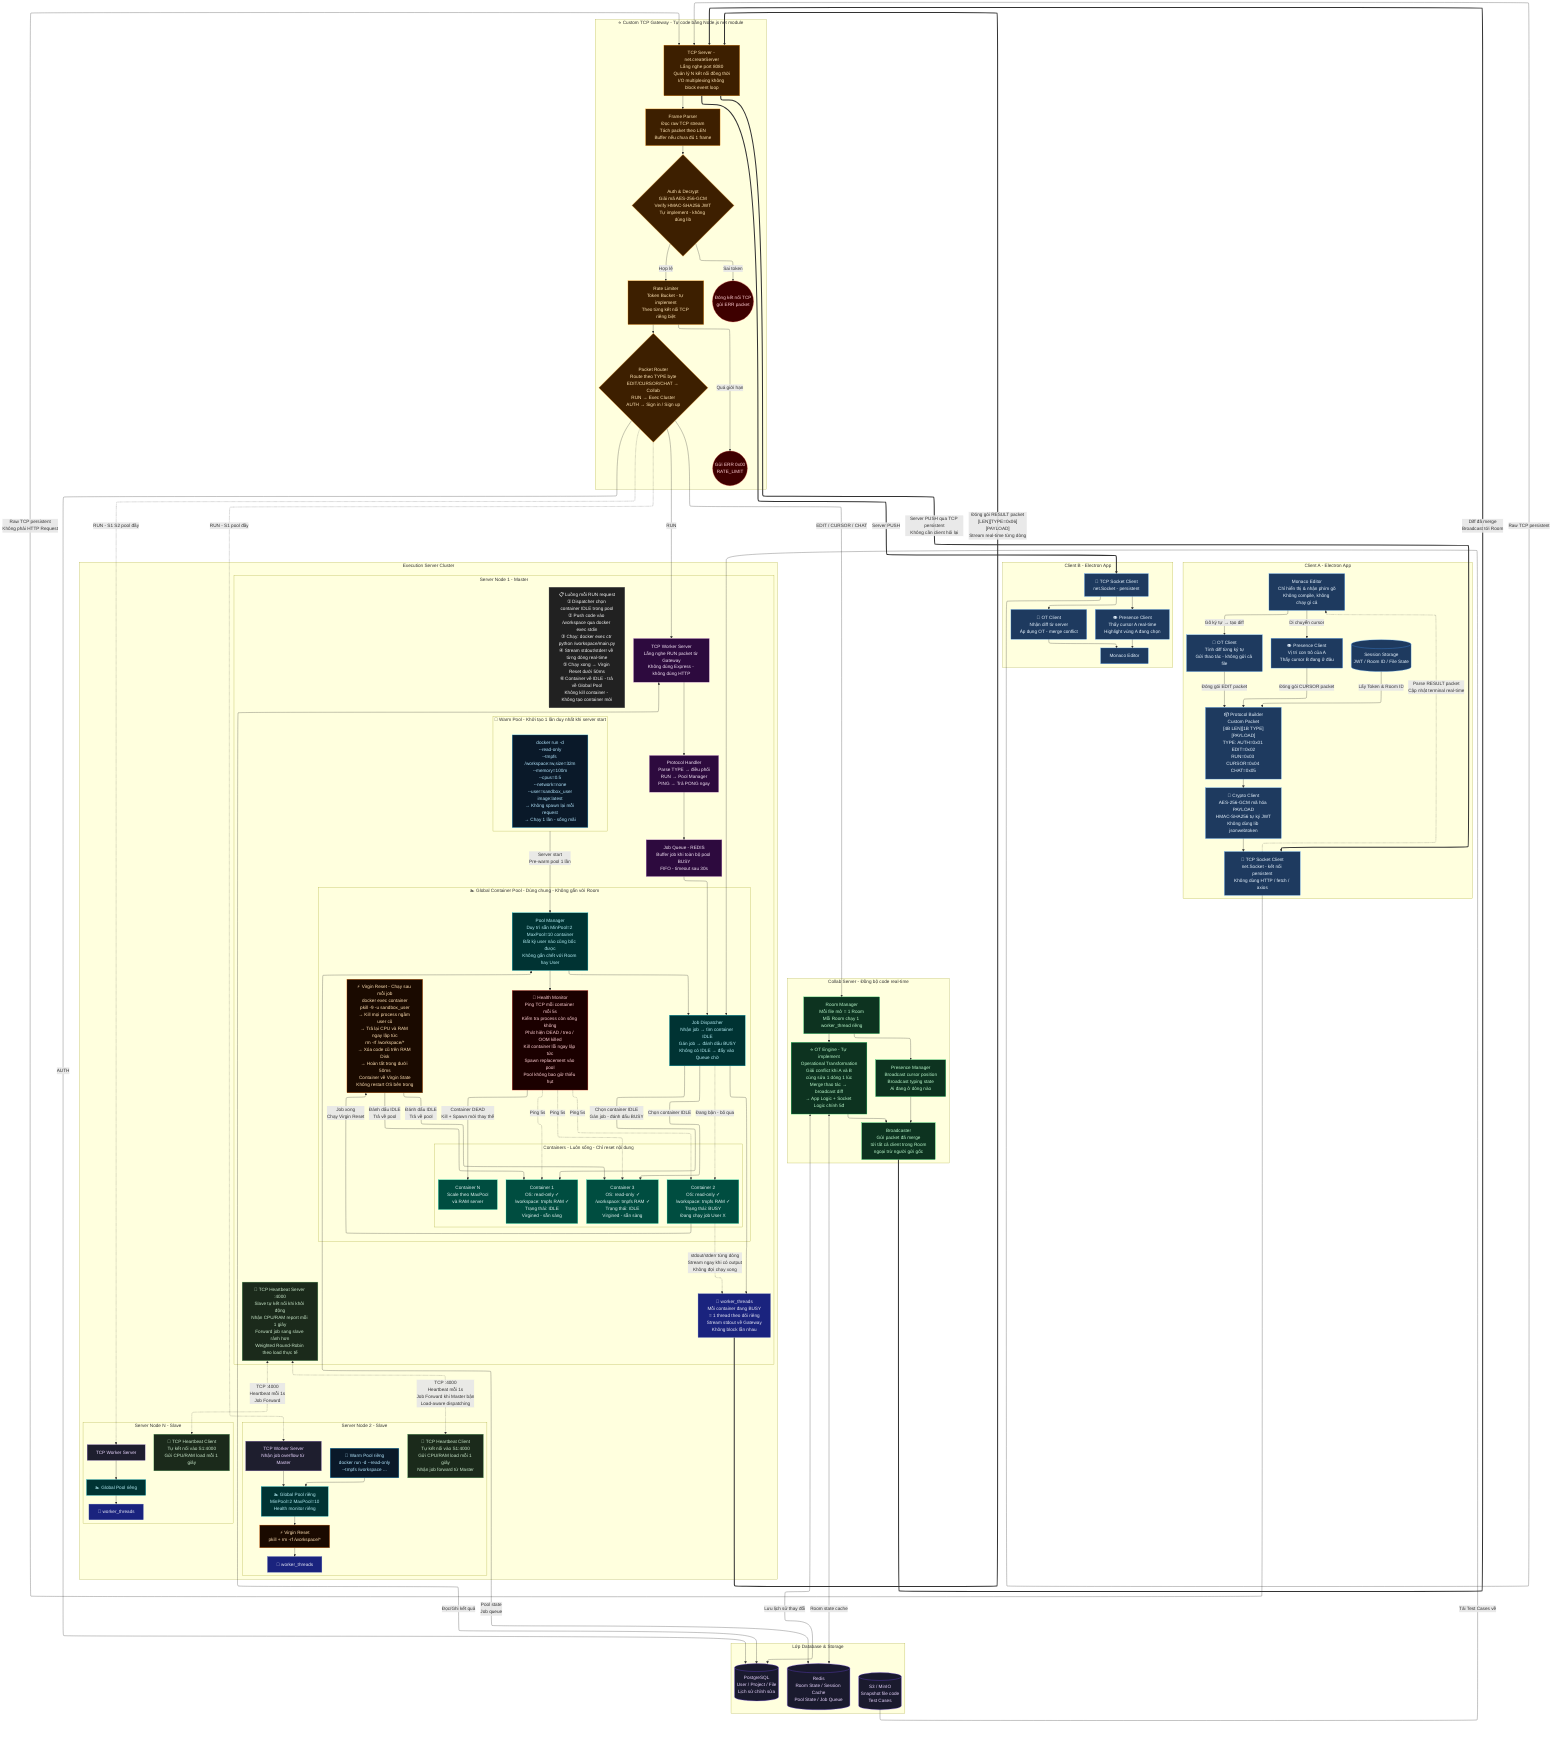
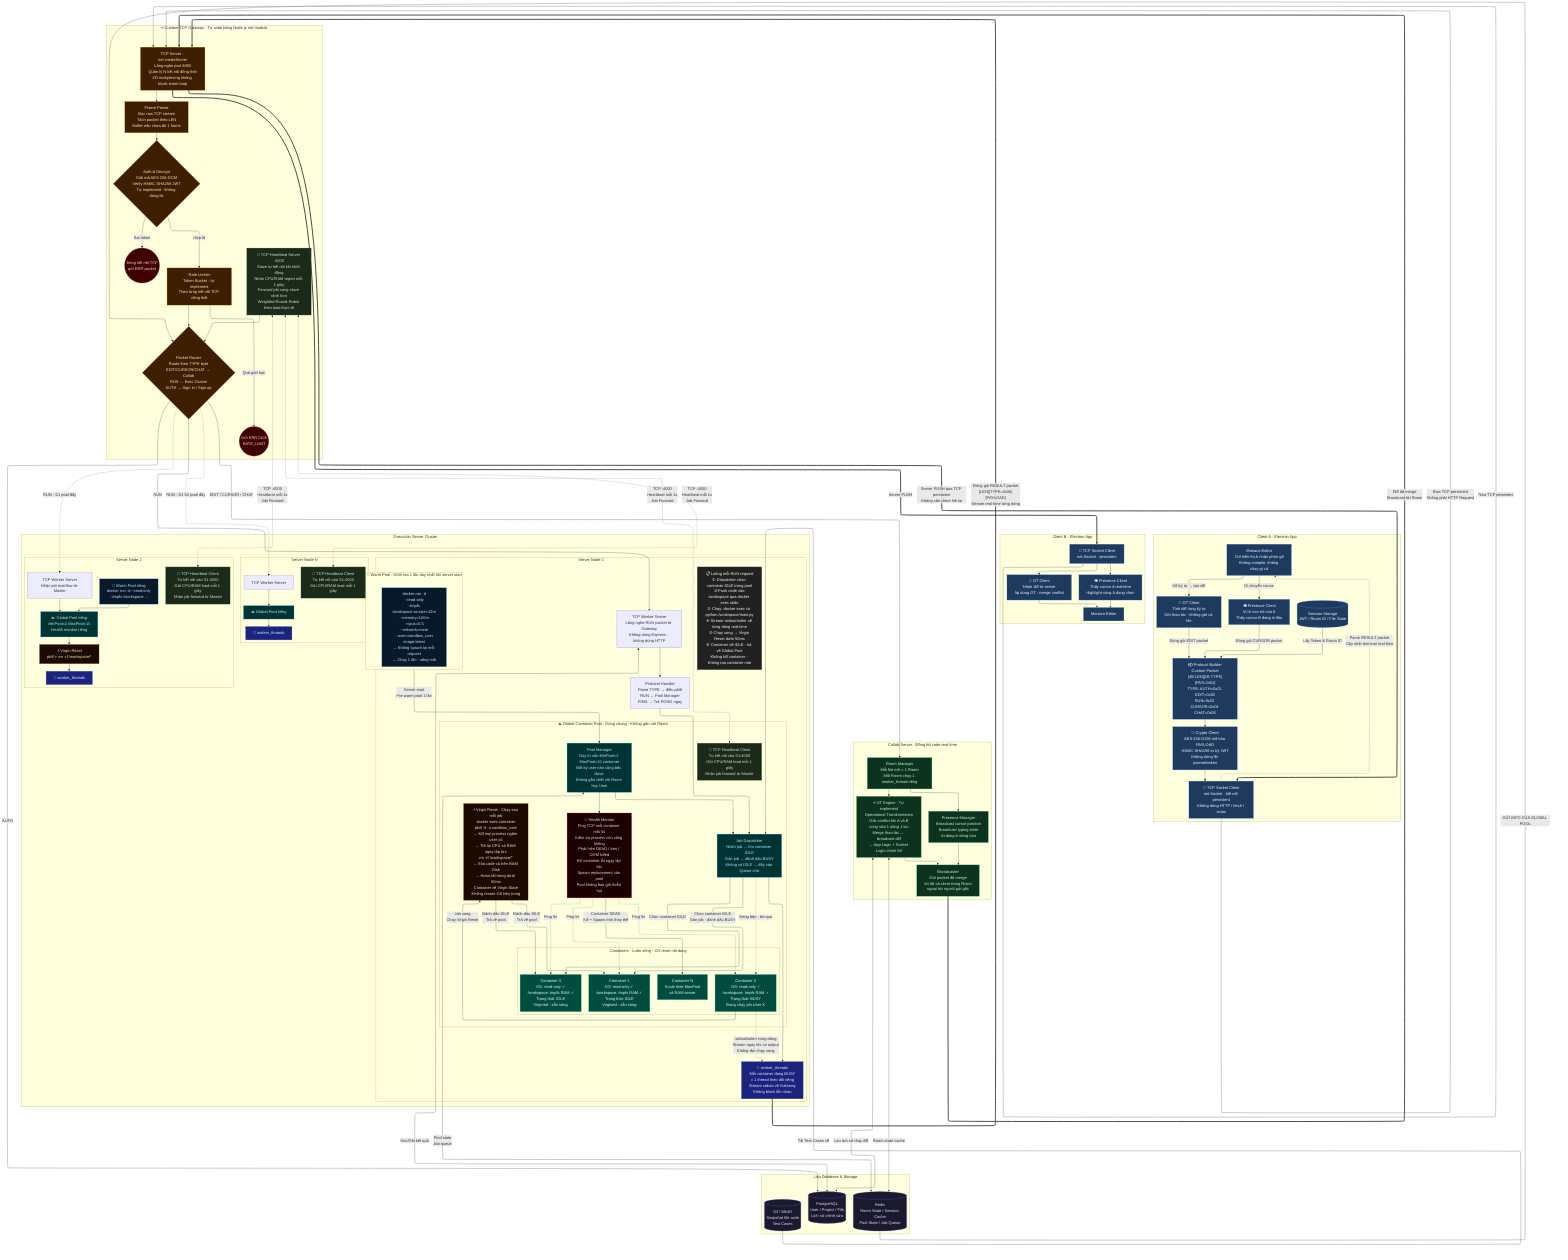
---
config:
  layout: elk
---
graph TD
    classDef client fill:#1e3a5f,stroke:#4a9eff,color:#e8f4ff
    classDef gateway fill:#3d1f00,stroke:#ff8c00,color:#ffe4b3
    classDef collab fill:#0d3320,stroke:#00c853,color:#b9f6ca
    classDef database fill:#1a1a2e,stroke:#7c4dff,color:#e8d5ff
    classDef master fill:#2d0a3e,stroke:#ce93d8,color:#f3e5f5
    classDef slave fill:#1e1e2e,stroke:#9575cd,color:#e8d5ff
    classDef pool fill:#003333,stroke:#00bcd4,color:#b2ebf2
    classDef container fill:#004d40,stroke:#1de9b6,color:#e0f2f1
    classDef reset fill:#1a0a00,stroke:#ff6d00,color:#ffe0b2
    classDef health fill:#1b0000,stroke:#f44336,color:#ffcdd2
    classDef error fill:#3e0000,stroke:#d32f2f,color:#ffcdd2
    classDef warmboot fill:#0a1929,stroke:#29b6f6,color:#b3e5fc
    classDef thread fill:#1a237e,stroke:#5c6bc0,color:#e8eaf6
    classDef heartbeat fill:#1b2a1b,stroke:#66bb6a,color:#c8e6c9
    classDef flow fill:#212121,stroke:#616161,color:#f5f5f5

    %% ================= CLIENT A =================
    subgraph CA [Client A - Electron App]
        direction TB
        UI_A["Monaco Editor\nChỉ hiển thị & nhận phím gõ\nKhông compile, không chạy gì cả"]:::client
        SESSION_A[(Session Storage\nJWT / Room ID / File State)]:::client
        SYNC_A["🔄 OT Client\nTính diff từng ký tự\nGửi thao tác - không gửi cả file"]:::client
        CURSOR_A["👁 Presence Client\nVị trí con trỏ của A\nThấy cursor B đang ở đâu"]:::client
        PROTO_A["📦 Protocol Builder\nCustom Packet\n[4B LEN][1B TYPE][PAYLOAD]\nTYPE: AUTH=0x01 EDIT=0x02\nRUN=0x03 CURSOR=0x04 CHAT=0x05"]:::client
        CRYPTO_A["🔐 Crypto Client\nAES-256-GCM mã hóa PAYLOAD\nHMAC-SHA256 tự ký JWT\nKhông dùng lib jsonwebtoken"]:::client
        SOCK_A["🔌 TCP Socket Client\nnet.Socket - kết nối persistent\nKhông dùng HTTP / fetch / axios"]:::client

        UI_A -- "Gõ ký tự → tạo diff" --> SYNC_A
        UI_A -- "Di chuyển cursor" --> CURSOR_A
        SESSION_A -- "Lấy Token & Room ID" --> PROTO_A
        SYNC_A -- "Đóng gói EDIT packet" --> PROTO_A
        CURSOR_A -- "Đóng gói CURSOR packet" --> PROTO_A
        PROTO_A --> CRYPTO_A --> SOCK_A
    end

    %% ================= CLIENT B =================
    subgraph CB [Client B - Electron App]
        direction TB
        UI_B["Monaco Editor"]:::client
        SYNC_B["🔄 OT Client\nNhận diff từ server\nÁp dụng OT - merge conflict"]:::client
        CURSOR_B["👁 Presence Client\nThấy cursor A real-time\nHighlight vùng A đang chọn"]:::client
        SOCK_B["🔌 TCP Socket Client\nnet.Socket - persistent"]:::client

        SOCK_B --> SYNC_B --> UI_B
        SOCK_B --> CURSOR_B --> UI_B
    end

    SOCK_A -- "Raw TCP persistent\nKhông phải HTTP Request" --> GATEWAY
    SOCK_B -- "Raw TCP persistent" --> GATEWAY

    %% ================= CUSTOM TCP GATEWAY =================
    subgraph MIDDLEWARE [⭐ Custom TCP Gateway - Tự code bằng Node.js net module]
        direction TB
        GATEWAY["TCP Server - net.createServer\nLắng nghe port 8080\nQuản lý N kết nối đồng thời\nI/O multiplexing không block event loop"]:::gateway
        FRAME["Frame Parser\nĐọc raw TCP stream\nTách packet theo LEN\nBuffer nếu chưa đủ 1 frame"]:::gateway
        AUTH{"Auth & Decrypt\nGiải mã AES-256-GCM\nVerify HMAC-SHA256 JWT\nTự implement - không dùng lib"}:::gateway
        RATE["Rate Limiter\nToken Bucket - tự implement\nTheo từng kết nối TCP riêng biệt"]:::gateway
        ROUTER{"Packet Router\nRoute theo TYPE byte\nEDIT/CURSOR/CHAT → Collab\nRUN → Exec Cluster\nAUTH → Sign in / Sign up"}:::gateway
- 
+         HEARTBEAT_SVR["📡 TCP Heartbeat Server :4000\nSlave tự kết nối khi khởi động\nNhận CPU/RAM report mỗi 1 giây\nForward job sang slave rảnh hơn\nWeighted Round-Robin theo load thực tế"]:::heartbeat
+         HEARTBEAT_SVR --> ROUTER
        GATEWAY --> FRAME --> AUTH
        AUTH -- "Hợp lệ" --> RATE --> ROUTER
        AUTH -- "Sai token" --> DROP1((Đóng kết nối TCP\ngửi ERR packet)):::error
        RATE -- "Quá giới hạn" --> DROP2((Gửi ERR 0x00\nRATE_LIMIT)):::error
    end

    %% ================= DATABASE =================
    subgraph DATABASE [Lớp Database & Storage]
        direction LR
        SQL[(PostgreSQL\nUser / Project / File\nLịch sử chỉnh sửa)]:::database
        REDIS[(Redis\nRoom State / Session Cache\nPool State / Job Queue)]:::database
        S3[(S3 / MinIO\nSnapshot file code\nTest Cases)]:::database
+ 
+         REDIS -- "GỬI INFO CỦA GLOBAL POOL" --> ROUTER
    end

    %% ================= COLLAB SERVER =================
    subgraph COLLAB [Collab Server - Đồng bộ code real-time]
        direction TB
        ROOM["Room Manager\nMỗi file mở = 1 Room\nMỗi Room chạy 1 worker_thread riêng"]:::collab
        OT_ENGINE["⭐ OT Engine - Tự implement\nOperational Transformation\nGiải conflict khi A và B\ncùng sửa 1 dòng 1 lúc\nMerge thao tác → broadcast diff\n→ App Logic + Socket Logic chính 5đ"]:::collab
        PRESENCE["Presence Manager\nBroadcast cursor position\nBroadcast typing state\nAi đang ở dòng nào"]:::collab
        BROADCAST["Broadcaster\nGửi packet đã merge\ntới tất cả client trong Room\nngoại trừ người gửi gốc"]:::collab

        ROOM --> OT_ENGINE --> BROADCAST
        ROOM --> PRESENCE --> BROADCAST
    end

    %% ================= EXEC CLUSTER =================
    subgraph BACKEND [Execution Server Cluster]
- 
-         subgraph S1 [Server Node 1 - Master]
+         subgraph S1 [Server Node 1 ]
            direction TB
-             TCP_S1["TCP Worker Server\nLắng nghe RUN packet từ Gateway\nKhông dùng Express - không dùng HTTP"]:::master
-             PROTO_S1["Protocol Handler\nParse TYPE → điều phối\nRUN → Pool Manager\nPING → Trả PONG ngay"]:::master
-             QUEUE["Job Queue - REDIS\nBuffer job khi toàn bộ pool BUSY\nFIFO - timeout sau 30s"]:::master
+             TCP_S1["TCP Worker Server\nLắng nghe RUN packet từ Gateway\nKhông dùng Express - không dùng HTTP"]
+             PROTO_S1["Protocol Handler\nParse TYPE → điều phối\nRUN → Pool Manager\nPING → Trả PONG ngay"]

            subgraph WARM_BOOT [🥶 Warm Pool - Khởi tạo 1 lần duy nhất khi server start]
                direction LR
                BOOT_CMD["docker run -d\n--read-only\n--tmpfs /workspace:rw,size=32m\n--memory=100m\n--cpus=0.5\n--network=none\n--user=sandbox_user\nimage:latest\n→ Không spawn lại mỗi request\n→ Chạy 1 lần - sống mãi"]:::warmboot
            end

            subgraph POOL [🏊 Global Container Pool - Dùng chung - Không gắn với Room]
                direction TB
                POOL_MGR["Pool Manager\nDuy trì sẵn MinPool=2 MaxPool=10 container\nBất kỳ user nào cũng bốc được\nKhông gắn chết với Room hay User"]:::pool
                DISPATCHER["Job Dispatcher\nNhận job → tìm container IDLE\nGán job → đánh dấu BUSY\nKhông có IDLE → đẩy vào Queue chờ"]:::pool

                subgraph CONTAINERS [Containers - Luôn sống - Chỉ reset nội dung]
                    direction LR
                    CTR1["Container 1\nOS: read-only ✓\n/workspace: tmpfs RAM ✓\nTrạng thái: IDLE\nVirgined - sẵn sàng"]:::container
                    CTR2["Container 2\nOS: read-only ✓\n/workspace: tmpfs RAM ✓\nTrạng thái: BUSY\nĐang chạy job User X"]:::container
                    CTR3["Container 3\nOS: read-only ✓\n/workspace: tmpfs RAM ✓\nTrạng thái: IDLE\nVirgined - sẵn sàng"]:::container
                    CTRN["Container N\nScale theo MaxPool\nvà RAM server"]:::container
                end

                RESET["⚡ Virgin Reset - Chạy sau mỗi job\ndocker exec container\npkill -9 -u sandbox_user\n→ Kill mọi process ngầm user cũ\n→ Trả lại CPU và RAM ngay lập tức\nrm -rf /workspace/*\n→ Xóa code cũ trên RAM Disk\n→ Hoàn tất trong dưới 50ms\nContainer về Virgin State\nKhông restart OS bên trong"]:::reset

                HEALTH["🏥 Health Monitor\nPing TCP mỗi container mỗi 5s\nKiểm tra process còn sống không\nPhát hiện DEAD / treo / OOM killed\nKill container lỗi ngay lập tức\nSpawn replacement vào pool\nPool không bao giờ thiếu hụt"]:::health
- 
+                 HEARTBEAT1["📡 TCP Heartbeat Client\nTự kết nối vào S1:4000\nGửi CPU/RAM load mỗi 1 giây\nNhận job forward từ Master"]:::heartbeat
                POOL_MGR --> DISPATCHER
                POOL_MGR --> HEALTH
                DISPATCHER -- "Chọn container IDLE\nGán job - đánh dấu BUSY" --> CTR1
                DISPATCHER -. "Đang bận - bỏ qua" .-> CTR2
                DISPATCHER -- "Chọn container IDLE" --> CTR3
                CTR2 -- "Job xong\nChạy Virgin Reset" --> RESET
                RESET -- "Đánh dấu IDLE\nTrả về pool" --> CTR1
                RESET -- "Đánh dấu IDLE\nTrả về pool" --> CTR3
                HEALTH -. "Ping 5s" .-> CTR1
                HEALTH -. "Ping 5s" .-> CTR2
                HEALTH -. "Ping 5s" .-> CTR3
                HEALTH -- "Container DEAD\nKill + Spawn mới thay thế" --> CTRN
            end

            EXEC_FLOW["📋 Luồng mỗi RUN request\n① Dispatcher chọn container IDLE trong pool\n② Push code vào /workspace qua docker exec stdin\n③ Chạy: docker exec ctr python /workspace/main.py\n④ Stream stdout/stderr về từng dòng real-time\n⑤ Chạy xong → Virgin Reset dưới 50ms\n⑥ Container về IDLE - trả về Global Pool\nKhông kill container - Không tạo container mới"]:::flow

-             HEARTBEAT_SVR["📡 TCP Heartbeat Server :4000\nSlave tự kết nối khi khởi động\nNhận CPU/RAM report mỗi 1 giây\nForward job sang slave rảnh hơn\nWeighted Round-Robin theo load thực tế"]:::heartbeat
+ 

            THREAD_POOL["🧵 worker_threads\nMỗi container đang BUSY\n= 1 thread theo dõi riêng\nStream stdout về Gateway\nKhông block lẫn nhau"]:::thread

-             TCP_S1 --> PROTO_S1 --> QUEUE --> DISPATCHER
+             TCP_S1 --> PROTO_S1 --> DISPATCHER
            WARM_BOOT -- "Server start\nPre-warm pool 1 lần" --> POOL_MGR
            DISPATCHER --> THREAD_POOL
            TCP_S1 <-->|"Đọc/Ghi kết quả"| SQL
            S3 -- "Tải Test Cases về" --> DISPATCHER
        end

-         subgraph S2 [Server Node 2 - Slave]
+         subgraph S2 [Server Node 2 ]
            direction TB
-             TCP_S2["TCP Worker Server\nNhận job overflow từ Master"]:::slave
+             TCP_S2["TCP Worker Server\nNhận job overflow từ Master"]
            WARM_BOOT2["🥶 Warm Pool riêng\ndocker run -d --read-only\n--tmpfs /workspace ..."]:::warmboot
            POOL_MGR2["🏊 Global Pool riêng\nMinPool=2 MaxPool=10\nHealth monitor riêng"]:::pool
            RESET2["⚡ Virgin Reset\npkill + rm -rf /workspace/*"]:::reset
            THREAD_POOL2["🧵 worker_threads"]:::thread
            HEARTBEAT2["📡 TCP Heartbeat Client\nTự kết nối vào S1:4000\nGửi CPU/RAM load mỗi 1 giây\nNhận job forward từ Master"]:::heartbeat
            WARM_BOOT2 --> POOL_MGR2
            TCP_S2 --> POOL_MGR2 --> RESET2 --> THREAD_POOL2
        end

-         subgraph SN [Server Node N - Slave]
+         subgraph SN [Server Node N ]
            direction TB
-             TCP_SN["TCP Worker Server"]:::slave
+             TCP_SN["TCP Worker Server"]
            POOL_MGRN["🏊 Global Pool riêng"]:::pool
            THREAD_POOLN["🧵 worker_threads"]:::thread
            HEARTBEATN["📡 TCP Heartbeat Client\nTự kết nối vào S1:4000\nGửi CPU/RAM load mỗi 1 giây"]:::heartbeat
            TCP_SN --> POOL_MGRN --> THREAD_POOLN
        end

-         HEARTBEAT_SVR <-. "TCP :4000\nHeartbeat mỗi 1s\nJob Forward khi Master bận\nLoad-aware dispatching" .-> HEARTBEAT2
+         HEARTBEAT_SVR <-. "TCP :4000\nHeartbeat mỗi 1s\nJob Forward" .-> HEARTBEAT2
+         HEARTBEAT_SVR <-. "TCP :4000\nHeartbeat mỗi 1s\nJob Forward" .-> HEARTBEAT1
        HEARTBEAT_SVR <-. "TCP :4000\nHeartbeat mỗi 1s\nJob Forward" .-> HEARTBEATN
    end

    %% ================= ROUTING =================
    ROUTER -- "EDIT / CURSOR / CHAT" --> ROOM
    ROUTER -- "AUTH" --> SQL
    ROUTER -- "RUN" --> TCP_S1
    ROUTER -. "RUN - S1 pool đầy" .-> TCP_S2
    ROUTER -. "RUN - S1 S2 pool đầy" .-> TCP_SN

    OT_ENGINE <-->|"Lưu lịch sử thay đổi"| SQL
    OT_ENGINE <-->|"Room state cache"| REDIS
    POOL_MGR <-->|"Pool state\nJob queue"| REDIS

    %% ================= KẾT QUẢ VỀ =================
    CTR2 -. "stdout/stderr từng dòng\nStream ngay khi có output\nKhông đợi chạy xong" .-> THREAD_POOL
    THREAD_POOL == "Đóng gói RESULT packet\n[LEN][TYPE=0x06][PAYLOAD]\nStream real-time từng dòng" ==> GATEWAY
    BROADCAST == "Diff đã merge\nBroadcast tới Room" ==> GATEWAY

    GATEWAY == "Server PUSH qua TCP persistent\nKhông cần client hỏi lại" ==> SOCK_A
    GATEWAY == "Server PUSH" ==> SOCK_B

    SOCK_A -. "Parse RESULT packet\nCập nhật terminal real-time" .-> UI_A
